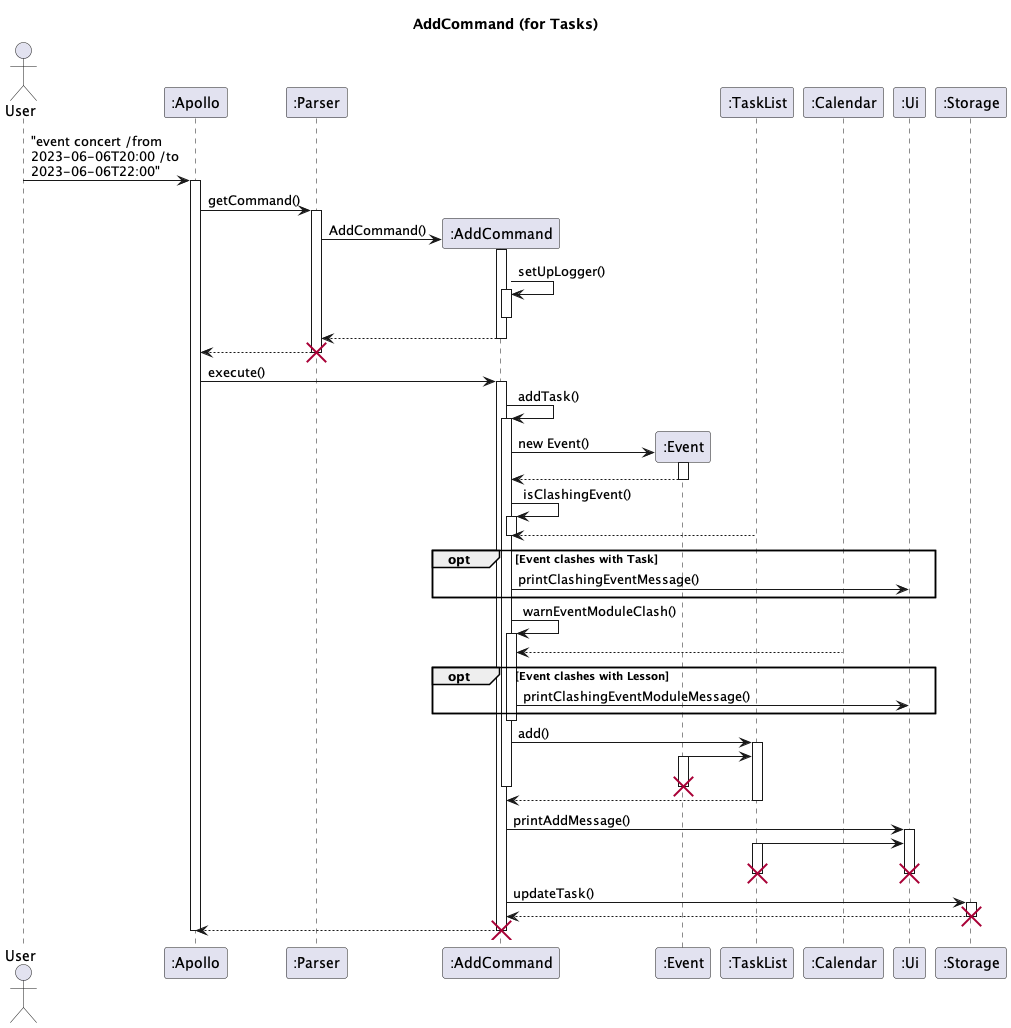
This is docs/uml-diagrams/AddCommand-AddCommand__for_Tasks_.png from nus-cs2113-AY2223S2/tp, a PlantUML export, as it was before one commit.
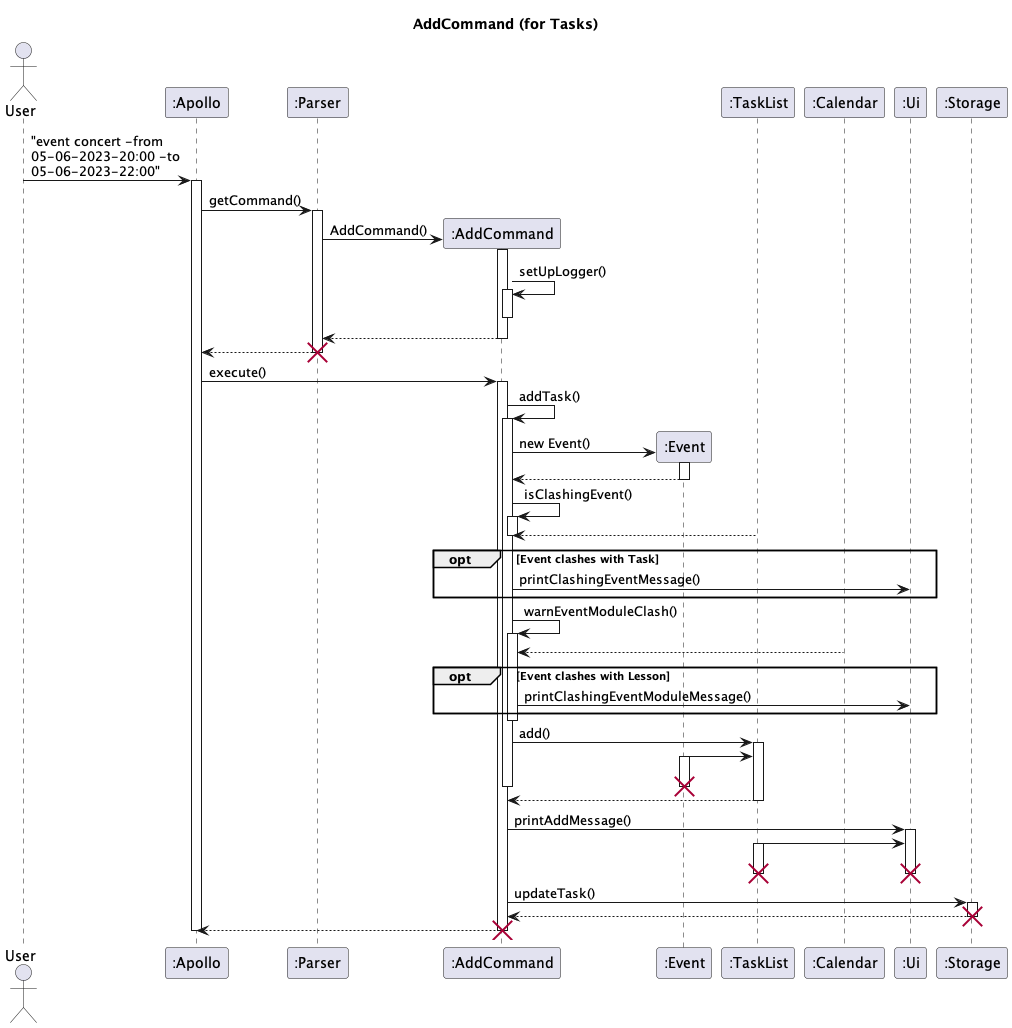
The same file after the commit.

Commit message:
Fix incorrect command format

The edit, as a diff of the source:
```diff
@@ -14,7 +14,7 @@
 participant ":Ui" as Ui
 participant ":Storage" as Storage
 
-User -> Apollo : "event concert /from 2023-06-06T20:00 /to 2023-06-06T22:00"
+User -> Apollo : "event concert -from 05-06-2023-20:00 -to 05-06-2023-22:00"
 activate Apollo
 Apollo -> Parser : getCommand()
 activate Parser
```
